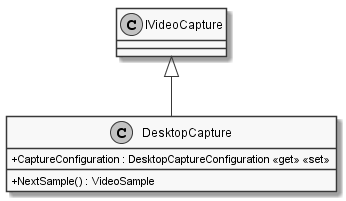
Earlier version of the PlantUML export documents/sd/resources/Classes/Core/MORR/Capture/DesktopCapture.png (insightmind/MORR).
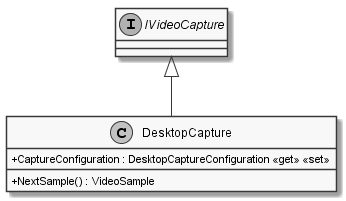
Above is the later version.

What changed in the source:
```diff
@@ -1,6 +1,8 @@
 @startuml
 skinparam monochrome true
 skinparam classAttributeIconSize 0
+
+interface IVideoCapture
 
 class DesktopCapture {
     + CaptureConfiguration : DesktopCaptureConfiguration <<get>> <<set>>
```
